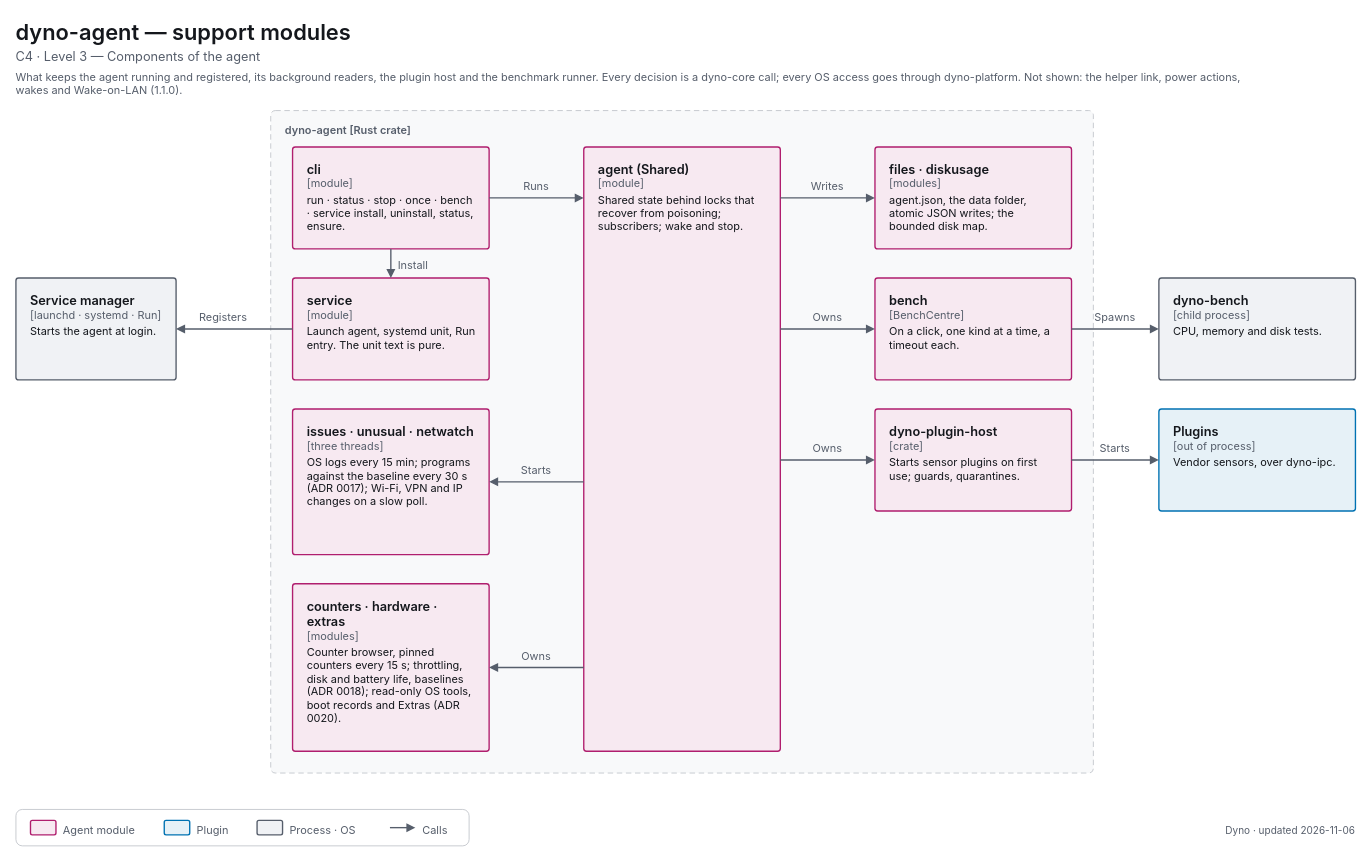
The draw.io diagram apps/dyno/diagrams/c4-3-components-agent-support.drawio in decryp7/paddock, before the edit. Source tidied: cells renumbered, new cells numbered last; positions are measured from the earlier drawing's top-left corner, leaving out a move shared by most shapes. Both pictures are drawn from the tidied source at 91%, with x=0, y=0 at pixel (15, 15).
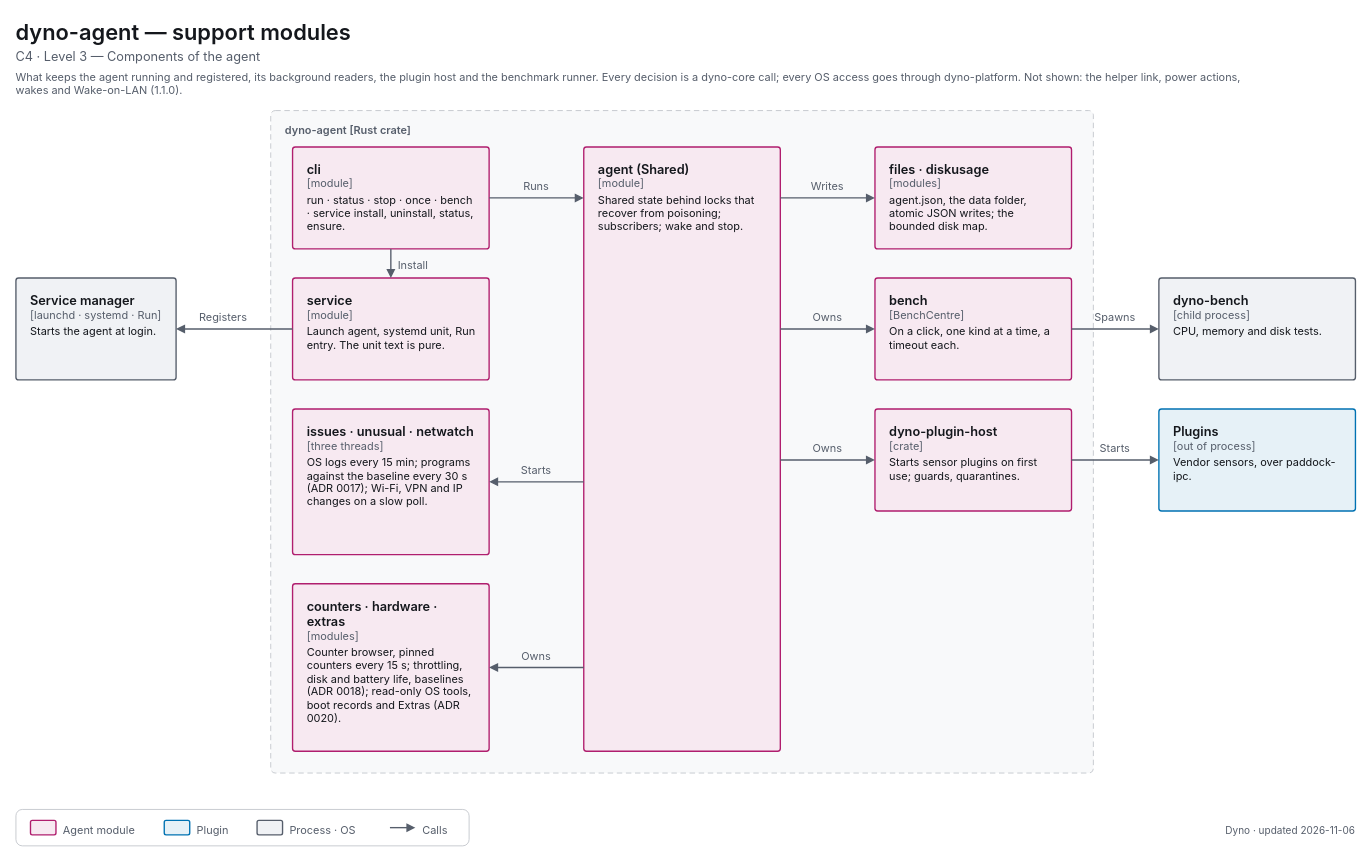
The same diagram, later.

Diff of the diagram source:
```diff
@@
-    <mxCell id="16" value="&lt;span style=&quot;font-size:14px;font-weight:600&quot;&gt;Plugins&lt;/span&gt;&lt;br&gt;&lt;span style=&quot;font-size:12px;color:light-dark(#565E6B,#A0A7B2)&quot;&gt;[out of process]&lt;/span&gt;&lt;br&gt;&lt;div style=&quot;margin-top:4px;font-size:12px&quot;&gt;Vendor sensors, over dyno-ipc.&lt;/div&gt;" style="html=1;whiteSpace=wrap;fontFamily=-apple-system,BlinkMacSystemFont,Segoe UI,system-ui,sans-serif;fontSize=12;fontColor=light-dark(#14171C,#ECEEF1);rounded=1;absoluteArcSize=1;arcSize=6;strokeWidth=1.5;strokeColor=light-dark(#0072B2,#56B4E9);fillColor=light-dark(#E6F1F7,#1F303C);align=left;verticalAlign=top;spacingLeft=14;spacingRight=14;spacingTop=10;spacingBottom=8;" parent="1" vertex="1">
+    <mxCell id="16" value="&lt;span style=&quot;font-size:14px;font-weight:600&quot;&gt;Plugins&lt;/span&gt;&lt;br&gt;&lt;span style=&quot;font-size:12px;color:light-dark(#565E6B,#A0A7B2)&quot;&gt;[out of process]&lt;/span&gt;&lt;br&gt;&lt;div style=&quot;margin-top:4px;font-size:12px&quot;&gt;Vendor sensors, over paddock-ipc.&lt;/div&gt;" style="html=1;whiteSpace=wrap;fontFamily=-apple-system,BlinkMacSystemFont,Segoe UI,system-ui,sans-serif;fontSize=12;fontColor=light-dark(#14171C,#ECEEF1);rounded=1;absoluteArcSize=1;arcSize=6;strokeWidth=1.5;strokeColor=light-dark(#0072B2,#56B4E9);fillColor=light-dark(#E6F1F7,#1F303C);align=left;verticalAlign=top;spacingLeft=14;spacingRight=14;spacingTop=10;spacingBottom=8;" parent="1" vertex="1">
       <mxGeometry x="1256" y="432" width="216" height="112" as="geometry" />
     </mxCell>
```
